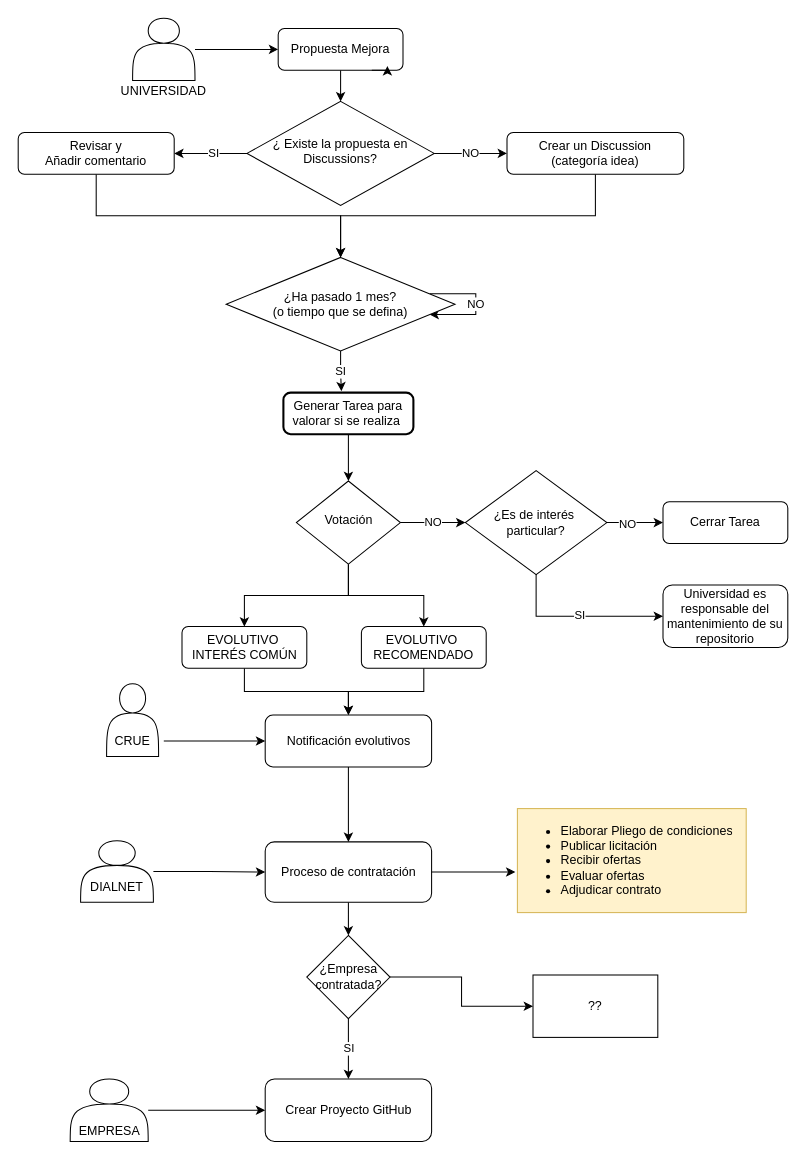
dialrepo/Hercules_SGI keeps this draw.io diagram as docs/usuario/SugerenciaMejora.drawio. Above is the earlier version. Source tidied: cells renumbered, new cells numbered last; positions are measured from the earlier drawing's top-left corner, leaving out a move shared by most shapes. Both pictures are drawn from the tidied source at 104%, with x=0, y=0 at pixel (18, 18).
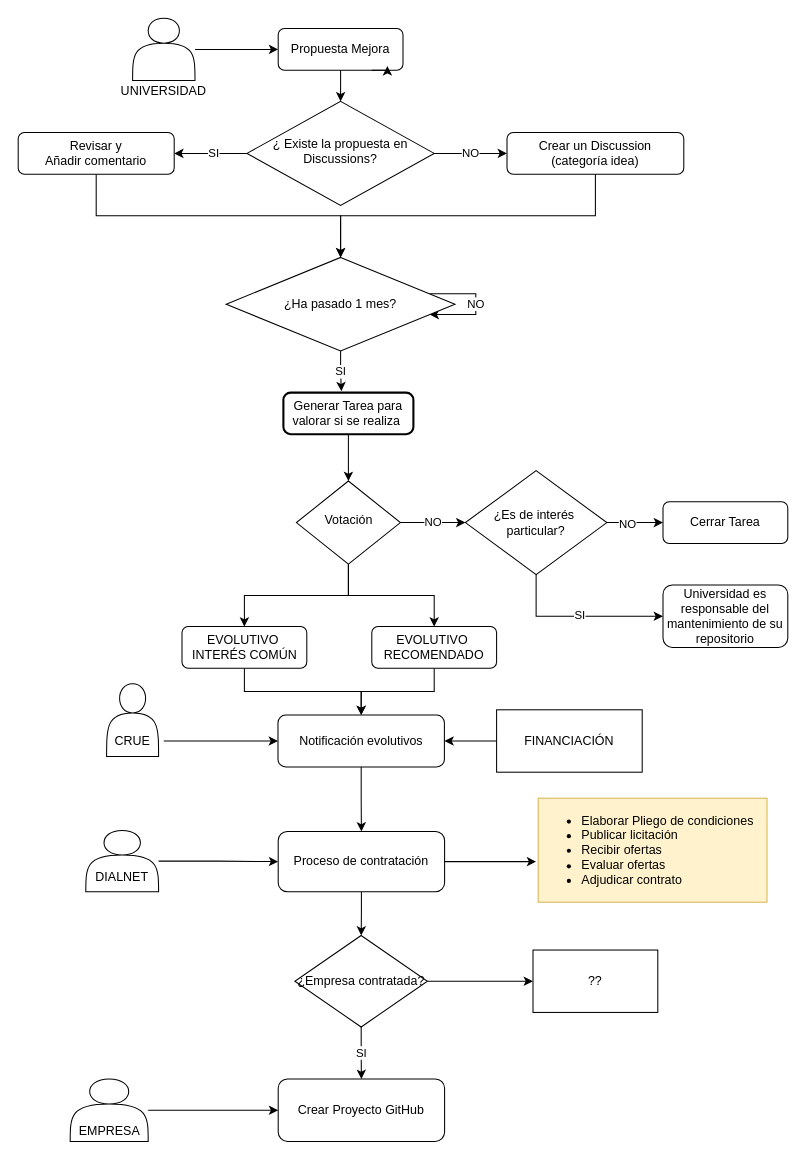
Above is the later version.

Diff of the diagram source:
```diff
@@
-    <mxCell id="22" value="¿Ha pasado 1 mes?&lt;div&gt;(o tiempo que se defina)&lt;/div&gt;" style="rhombus;whiteSpace=wrap;html=1;" parent="1" vertex="1">
+    <mxCell id="22" value="¿Ha pasado 1 mes?" style="rhombus;whiteSpace=wrap;html=1;" parent="1" vertex="1">
       <mxGeometry x="200" y="230" width="220" height="90" as="geometry" />
     </mxCell>
@@
     <mxCell id="26" value="EVOLUTIVO&amp;nbsp;&lt;div&gt;RECOMENDADO&lt;/div&gt;" style="rounded=1;whiteSpace=wrap;html=1;fontSize=12;glass=0;strokeWidth=1;shadow=0;" parent="1" vertex="1">
-      <mxGeometry x="330" y="585" width="120" height="40" as="geometry" />
+      <mxGeometry x="340" y="585" width="120" height="40" as="geometry" />
     </mxCell>
@@
     <mxCell id="34" value="Proceso de contratación" style="rounded=1;whiteSpace=wrap;html=1;" parent="1" vertex="1">
-      <mxGeometry x="237.5" y="792" width="160" height="58" as="geometry" />
+      <mxGeometry x="250" y="782" width="160" height="58" as="geometry" />
     </mxCell>
     <mxCell id="35" value="Crear Proyecto GitHub" style="rounded=1;whiteSpace=wrap;html=1;" parent="1" vertex="1">
-      <mxGeometry x="237.5" y="1020" width="160" height="60" as="geometry" />
+      <mxGeometry x="250" y="1020" width="160" height="60" as="geometry" />
     </mxCell>
@@
     <mxCell id="37" value="&lt;ul&gt;&lt;li&gt;Elaborar Pliego de condiciones&lt;/li&gt;&lt;li&gt;Publicar licitación&lt;/li&gt;&lt;li&gt;Recibir ofertas&lt;/li&gt;&lt;li&gt;Evaluar ofertas&lt;/li&gt;&lt;li&gt;Adjudicar contrato&lt;/li&gt;&lt;/ul&gt;" style="text;strokeColor=#d6b656;fillColor=#fff2cc;html=1;whiteSpace=wrap;verticalAlign=middle;overflow=hidden;" parent="1" vertex="1">
-      <mxGeometry x="480" y="760" width="220" height="100" as="geometry" />
+      <mxGeometry x="500" y="750" width="220" height="100" as="geometry" />
     </mxCell>
@@
     <mxCell id="40" value="¿Empresa contratada?" style="rhombus;whiteSpace=wrap;html=1;" parent="1" vertex="1">
-      <mxGeometry x="277.5" y="882" width="80" height="80" as="geometry" />
+      <mxGeometry x="266" y="882" width="127.5" height="88" as="geometry" />
     </mxCell>
@@
     <mxCell id="42" value="??" style="whiteSpace=wrap;html=1;" parent="1" vertex="1">
-      <mxGeometry x="495" y="920" width="120" height="60" as="geometry" />
+      <mxGeometry x="495" y="896" width="120" height="60" as="geometry" />
     </mxCell>
@@
     <mxCell id="44" value="Notificación evolutivos" style="rounded=1;whiteSpace=wrap;html=1;" parent="1" vertex="1">
-      <mxGeometry x="237.5" y="670" width="160" height="50" as="geometry" />
+      <mxGeometry x="249.8" y="670" width="160" height="50" as="geometry" />
     </mxCell>
@@
     <mxCell id="52" style="group;" parent="1" vertex="1">
-      <mxGeometry x="50" y="791" width="90" height="60" as="geometry" />
+      <mxGeometry x="55" y="781" width="90" height="60" as="geometry" />
     </mxCell>
@@
+    <mxCell id="61" style="edgeStyle=orthogonalEdgeStyle;rounded=0;jettySize=auto;html=1;exitX=0;exitY=0.5;exitDx=0;exitDy=0;entryX=1;entryY=0.5;entryDx=0;entryDy=0;" parent="1" edge="1" source="62" target="44">
+      <mxGeometry relative="1" as="geometry" />
+    </mxCell>
+    <mxCell id="62" value="FINANCIACIÓN" style="rounded=0;whiteSpace=wrap;html=1;" parent="1" vertex="1">
+      <mxGeometry x="460" y="665" width="140" height="60" as="geometry" />
+    </mxCell>
```
